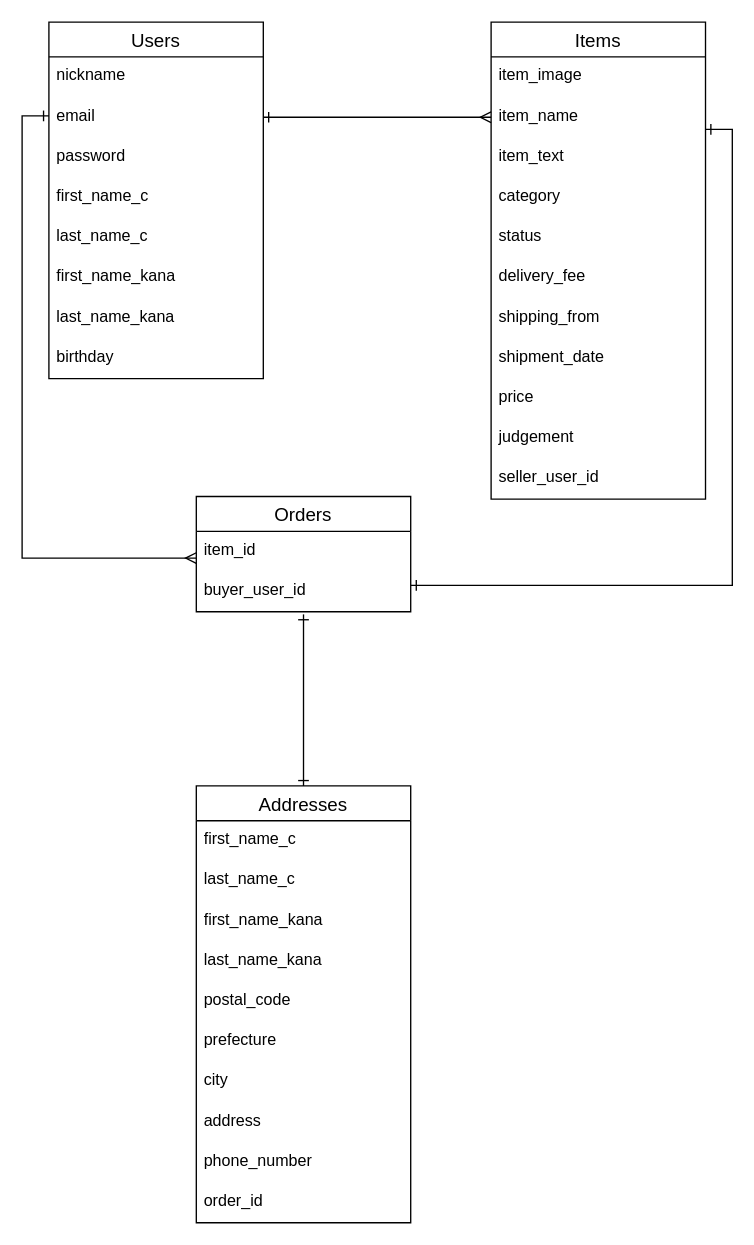
Above: er.dio in tKeitttt/furima-34165 (draw.io), before the change. Source tidied: cells renumbered, new cells numbered last; positions are measured from the earlier drawing's top-left corner, leaving out a move shared by most shapes. Both pictures are drawn from the tidied source at 134%, with x=0, y=0 at pixel (21, 21).
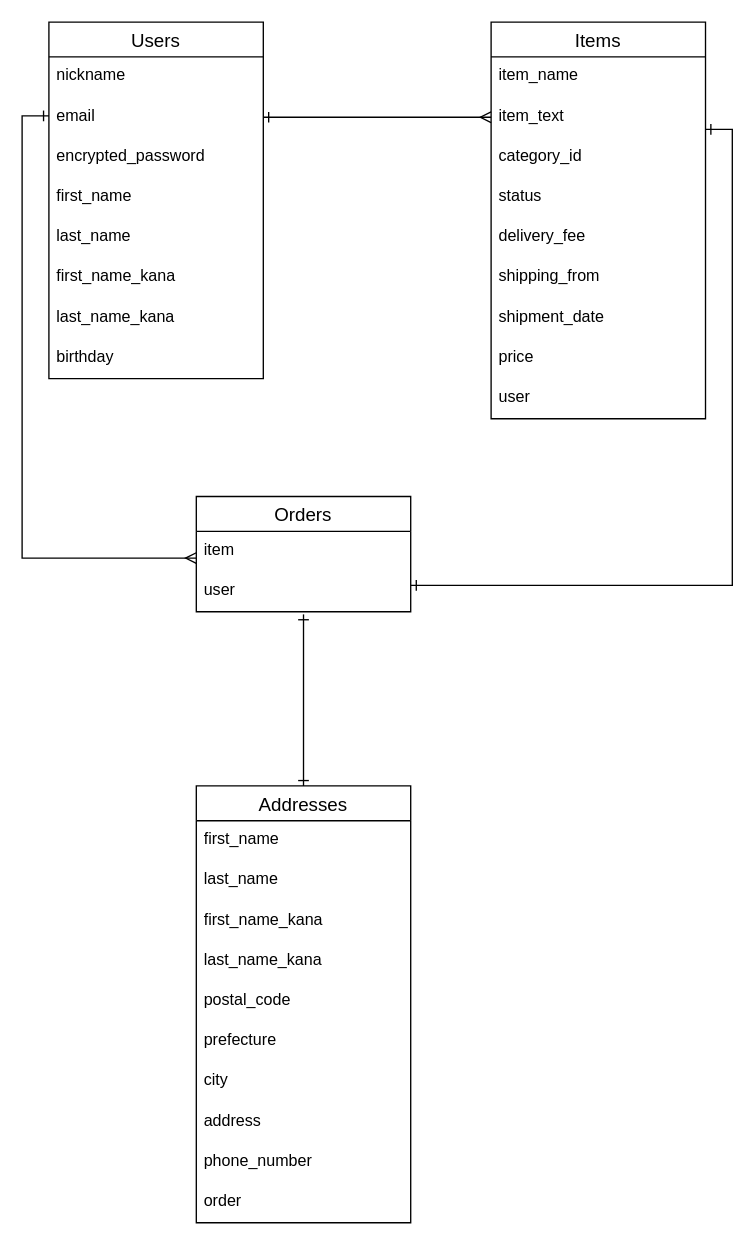
The same page after the edit.

Commit message (it also covers changes not shown here):
コードレビューコメント修正1回目

The change refers to these unchanged cells:
```xml
<mxCell id="2" value="Users" style="swimlane;fontStyle=0;horizontal=1;startSize=26;align=center;fontSize=14;" parent="1" vertex="1">
  <mxGeometry x="20" width="160" height="266" as="geometry" />
</mxCell>
<mxCell id="23" value="Addresses" style="swimlane;fontStyle=0;horizontal=1;startSize=26;align=center;fontSize=14;" parent="1" vertex="1">
  <mxGeometry x="130" y="570" width="160" height="326" as="geometry" />
</mxCell>
<mxCell id="37" value="Orders" style="swimlane;fontStyle=0;horizontal=1;startSize=26;align=center;fontSize=14;" parent="1" vertex="1">
  <mxGeometry x="130" y="354" width="160" height="86" as="geometry" />
</mxCell>
```

What changed in the source:
```diff
@@
-    <mxCell id="5" value="password" style="text;strokeColor=none;fillColor=none;spacingLeft=4;spacingRight=4;overflow=hidden;fontSize=12;" parent="2" vertex="1">
+    <mxCell id="5" value="encrypted_password" style="text;strokeColor=none;fillColor=none;spacingLeft=4;spacingRight=4;overflow=hidden;fontSize=12;" parent="2" vertex="1">
       <mxGeometry y="86" width="160" height="30" as="geometry" />
     </mxCell>
-    <mxCell id="6" value="first_name_c" style="text;strokeColor=none;fillColor=none;spacingLeft=4;spacingRight=4;overflow=hidden;fontSize=12;" parent="2" vertex="1">
+    <mxCell id="6" value="first_name" style="text;strokeColor=none;fillColor=none;spacingLeft=4;spacingRight=4;overflow=hidden;fontSize=12;" parent="2" vertex="1">
       <mxGeometry y="116" width="160" height="30" as="geometry" />
     </mxCell>
-    <mxCell id="7" value="last_name_c" style="text;strokeColor=none;fillColor=none;spacingLeft=4;spacingRight=4;overflow=hidden;fontSize=12;" parent="2" vertex="1">
+    <mxCell id="7" value="last_name" style="text;strokeColor=none;fillColor=none;spacingLeft=4;spacingRight=4;overflow=hidden;fontSize=12;" parent="2" vertex="1">
       <mxGeometry y="146" width="160" height="30" as="geometry" />
     </mxCell>
@@
     <mxCell id="11" value="Items" style="swimlane;fontStyle=0;horizontal=1;startSize=26;align=center;fontSize=14;" parent="1" vertex="1">
-      <mxGeometry x="350" width="160" height="356" as="geometry" />
+      <mxGeometry x="350" width="160" height="296" as="geometry" />
     </mxCell>
-    <mxCell id="12" value="item_image" style="text;strokeColor=none;fillColor=none;spacingLeft=4;spacingRight=4;overflow=hidden;fontSize=12;" parent="11" vertex="1">
-      <mxGeometry y="26" width="160" height="30" as="geometry" />
-    </mxCell>
     <mxCell id="13" value="item_name" style="text;strokeColor=none;fillColor=none;spacingLeft=4;spacingRight=4;overflow=hidden;fontSize=12;" parent="11" vertex="1">
-      <mxGeometry y="56" width="160" height="30" as="geometry" />
+      <mxGeometry y="26" width="160" height="30" as="geometry" />
     </mxCell>
     <mxCell id="14" value="item_text" style="text;strokeColor=none;fillColor=none;spacingLeft=4;spacingRight=4;overflow=hidden;fontSize=12;" parent="11" vertex="1">
-      <mxGeometry y="86" width="160" height="30" as="geometry" />
+      <mxGeometry y="56" width="160" height="30" as="geometry" />
     </mxCell>
-    <mxCell id="15" value="category" style="text;strokeColor=none;fillColor=none;spacingLeft=4;spacingRight=4;overflow=hidden;fontSize=12;" parent="11" vertex="1">
-      <mxGeometry y="116" width="160" height="30" as="geometry" />
+    <mxCell id="15" value="category_id" style="text;strokeColor=none;fillColor=none;spacingLeft=4;spacingRight=4;overflow=hidden;fontSize=12;" parent="11" vertex="1">
+      <mxGeometry y="86" width="160" height="30" as="geometry" />
     </mxCell>
     <mxCell id="16" value="status" style="text;strokeColor=none;fillColor=none;spacingLeft=4;spacingRight=4;overflow=hidden;fontSize=12;" parent="11" vertex="1">
-      <mxGeometry y="146" width="160" height="30" as="geometry" />
+      <mxGeometry y="116" width="160" height="30" as="geometry" />
     </mxCell>
     <mxCell id="17" value="delivery_fee" style="text;strokeColor=none;fillColor=none;spacingLeft=4;spacingRight=4;overflow=hidden;fontSize=12;" parent="11" vertex="1">
-      <mxGeometry y="176" width="160" height="30" as="geometry" />
+      <mxGeometry y="146" width="160" height="30" as="geometry" />
     </mxCell>
     <mxCell id="18" value="shipping_from" style="text;strokeColor=none;fillColor=none;spacingLeft=4;spacingRight=4;overflow=hidden;fontSize=12;" parent="11" vertex="1">
-      <mxGeometry y="206" width="160" height="30" as="geometry" />
+      <mxGeometry y="176" width="160" height="30" as="geometry" />
     </mxCell>
     <mxCell id="19" value="shipment_date" style="text;strokeColor=none;fillColor=none;spacingLeft=4;spacingRight=4;overflow=hidden;fontSize=12;" parent="11" vertex="1">
-      <mxGeometry y="236" width="160" height="30" as="geometry" />
+      <mxGeometry y="206" width="160" height="30" as="geometry" />
     </mxCell>
     <mxCell id="20" value="price" style="text;strokeColor=none;fillColor=none;spacingLeft=4;spacingRight=4;overflow=hidden;fontSize=12;" parent="11" vertex="1">
-      <mxGeometry y="266" width="160" height="30" as="geometry" />
+      <mxGeometry y="236" width="160" height="30" as="geometry" />
     </mxCell>
-    <mxCell id="21" value="judgement" style="text;strokeColor=none;fillColor=none;spacingLeft=4;spacingRight=4;overflow=hidden;fontSize=12;" parent="11" vertex="1">
-      <mxGeometry y="296" width="160" height="30" as="geometry" />
-    </mxCell>
-    <mxCell id="22" value="seller_user_id" style="text;strokeColor=none;fillColor=none;spacingLeft=4;spacingRight=4;overflow=hidden;fontSize=12;" parent="11" vertex="1">
-      <mxGeometry y="326" width="160" height="30" as="geometry" />
+    <mxCell id="22" value="user" style="text;strokeColor=none;fillColor=none;spacingLeft=4;spacingRight=4;overflow=hidden;fontSize=12;" parent="11" vertex="1">
+      <mxGeometry y="266" width="160" height="30" as="geometry" />
     </mxCell>
@@
-    <mxCell id="24" value="first_name_c" style="text;strokeColor=none;fillColor=none;spacingLeft=4;spacingRight=4;overflow=hidden;fontSize=12;" parent="23" vertex="1">
+    <mxCell id="24" value="first_name" style="text;strokeColor=none;fillColor=none;spacingLeft=4;spacingRight=4;overflow=hidden;fontSize=12;" parent="23" vertex="1">
       <mxGeometry y="26" width="160" height="30" as="geometry" />
     </mxCell>
-    <mxCell id="25" value="last_name_c" style="text;strokeColor=none;fillColor=none;spacingLeft=4;spacingRight=4;overflow=hidden;fontSize=12;" parent="23" vertex="1">
+    <mxCell id="25" value="last_name" style="text;strokeColor=none;fillColor=none;spacingLeft=4;spacingRight=4;overflow=hidden;fontSize=12;" parent="23" vertex="1">
       <mxGeometry y="56" width="160" height="30" as="geometry" />
     </mxCell>
@@
-    <mxCell id="33" value="order_id" style="text;strokeColor=none;fillColor=none;spacingLeft=4;spacingRight=4;overflow=hidden;fontSize=12;" parent="23" vertex="1">
+    <mxCell id="33" value="order" style="text;strokeColor=none;fillColor=none;spacingLeft=4;spacingRight=4;overflow=hidden;fontSize=12;" parent="23" vertex="1">
       <mxGeometry y="296" width="160" height="30" as="geometry" />
     </mxCell>
@@
-    <mxCell id="38" value="item_id" style="text;strokeColor=none;fillColor=none;spacingLeft=4;spacingRight=4;overflow=hidden;fontSize=12;" parent="37" vertex="1">
+    <mxCell id="38" value="item" style="text;strokeColor=none;fillColor=none;spacingLeft=4;spacingRight=4;overflow=hidden;fontSize=12;" parent="37" vertex="1">
       <mxGeometry y="26" width="160" height="30" as="geometry" />
     </mxCell>
-    <mxCell id="39" value="buyer_user_id" style="text;strokeColor=none;fillColor=none;spacingLeft=4;spacingRight=4;overflow=hidden;points=[[0,0.5],[1,0.5]];portConstraint=eastwest;fontSize=12;" parent="37" vertex="1">
+    <mxCell id="39" value="user" style="text;strokeColor=none;fillColor=none;spacingLeft=4;spacingRight=4;overflow=hidden;points=[[0,0.5],[1,0.5]];portConstraint=eastwest;fontSize=12;" parent="37" vertex="1">
       <mxGeometry y="56" width="160" height="30" as="geometry" />
     </mxCell>
```
